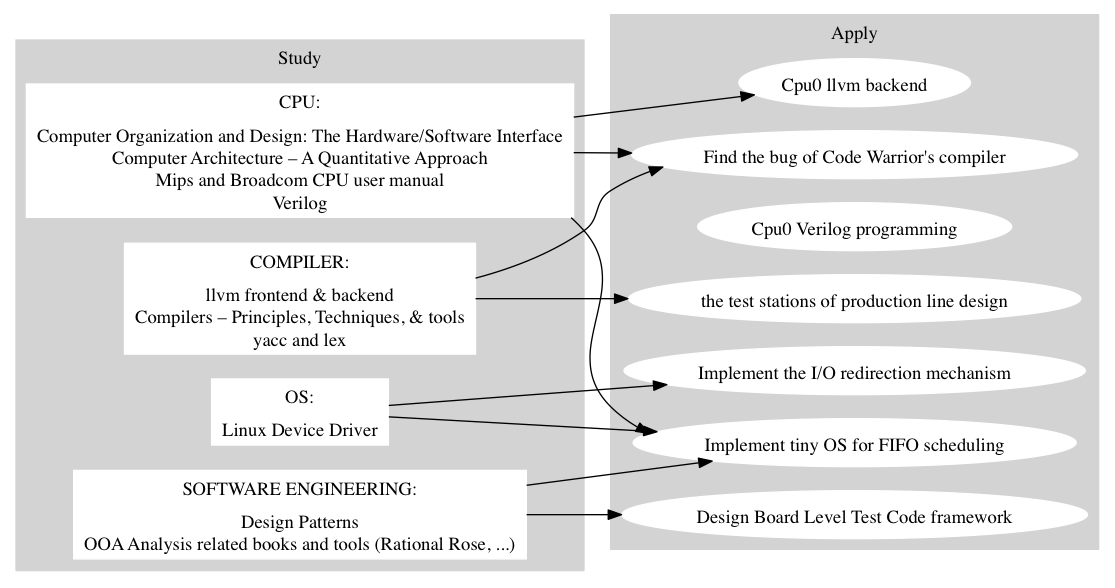
Jonathan2251/ws keeps this Graphviz diagram as images/study_and_apply.png. Above is the earlier version. Its source is kept beside it as images/study_and_apply.gv.
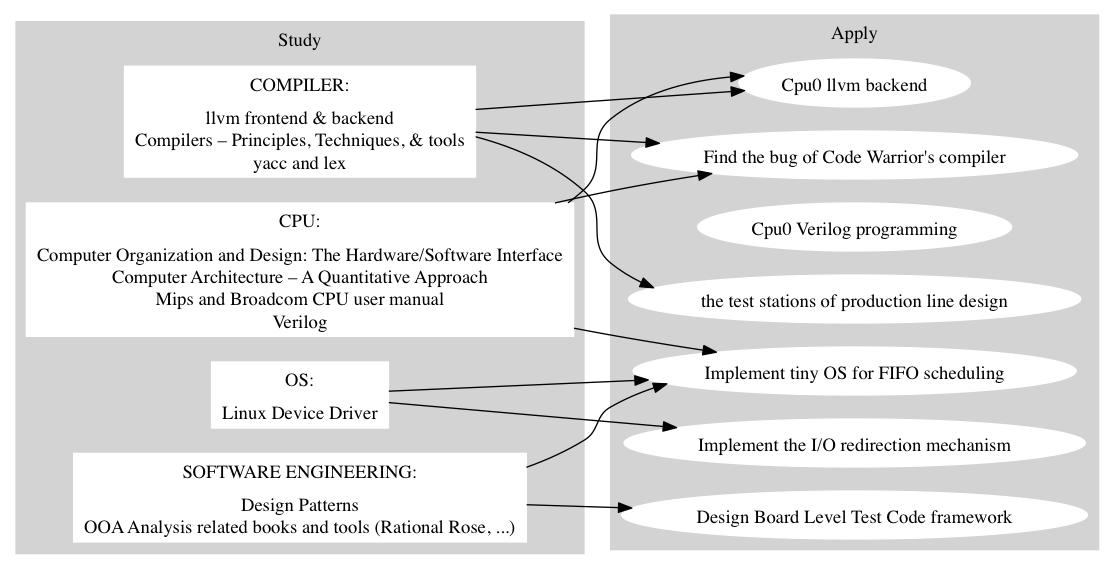
The same diagram one commit later.

Change to the diagram source:
```diff
@@ -26,6 +26,7 @@
   CPU -> codewarrior;
   CPU -> tinyos;
   CPU -> backend;
+  COMPILER -> backend;
   COMPILER -> codewarrior;
   COMPILER -> teststation;
   OS -> tinyos;
```
